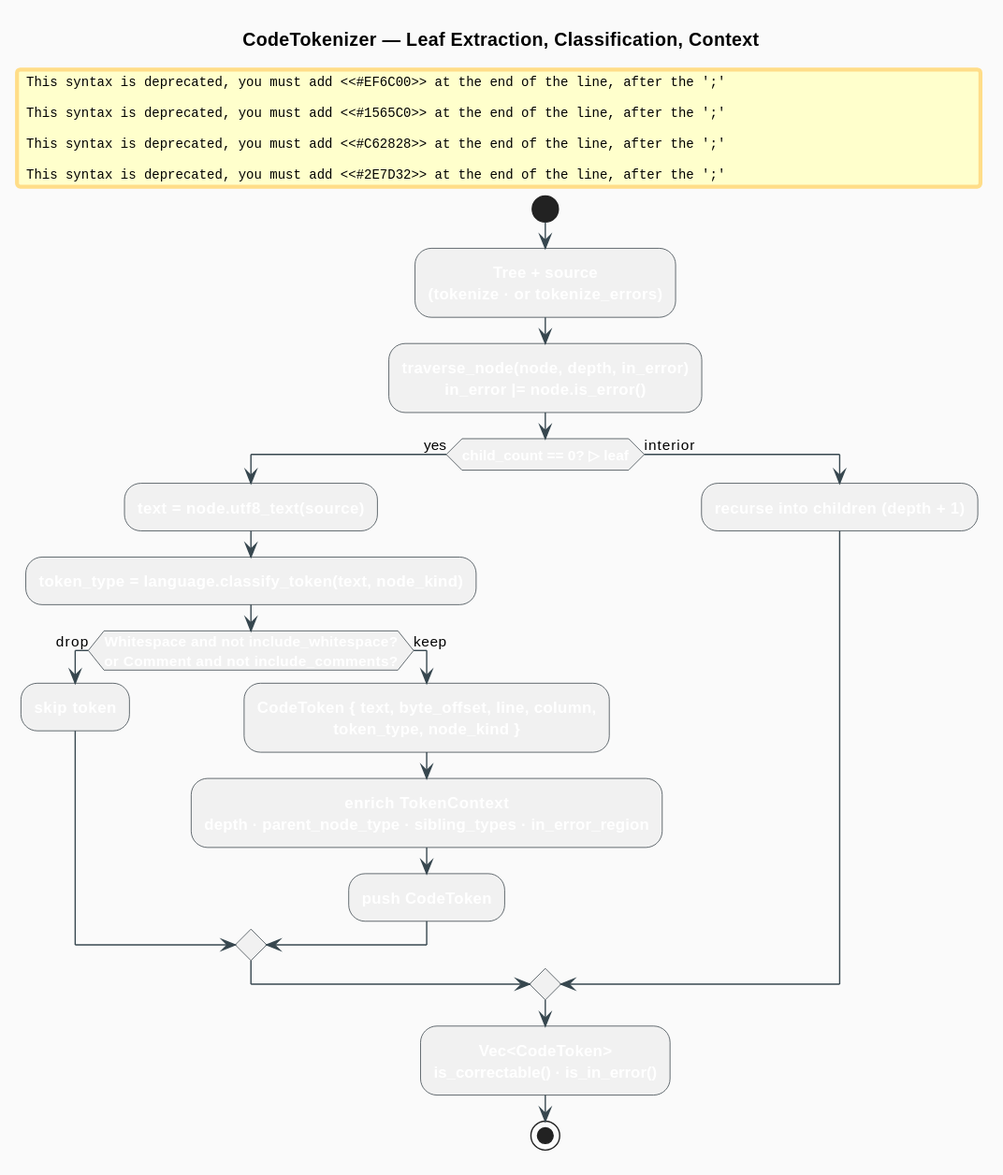
Above: docs/diagrams/code-tokenizer.svg in vinary-tree/libgrammstein (PlantUML), before the change. Its diagram source:
```plantuml
@startuml
skinparam backgroundColor #FAFAFA
skinparam shadowing false
skinparam defaultTextAlignment center
skinparam linetype ortho
skinparam ArrowColor #37474F
skinparam activity {
  FontColor white
  FontStyle bold
  BorderColor #263238
}
title CodeTokenizer — Leaf Extraction, Classification, Context

start
:Tree + source
(tokenize · or tokenize_errors);
#EF6C00:traverse_node(node, depth, in_error)
in_error |= node.is_error();
if (child_count == 0? ▷ leaf) then (yes)
  #EF6C00:text = node.utf8_text(source);
  #1565C0:token_type = language.classify_token(text, node_kind);
  if (Whitespace and not include_whitespace?
or Comment and not include_comments?) then (drop)
    #C62828:skip token;
  else (keep)
    #EF6C00:CodeToken { text, byte_offset, line, column,
token_type, node_kind };
    #2E7D32:enrich TokenContext
depth · parent_node_type · sibling_types · in_error_region;
    :push CodeToken;
  endif
else (interior)
  #EF6C00:recurse into children (depth + 1);
endif
:**Vec<CodeToken>**
is_correctable() · is_in_error();
stop
@enduml
```
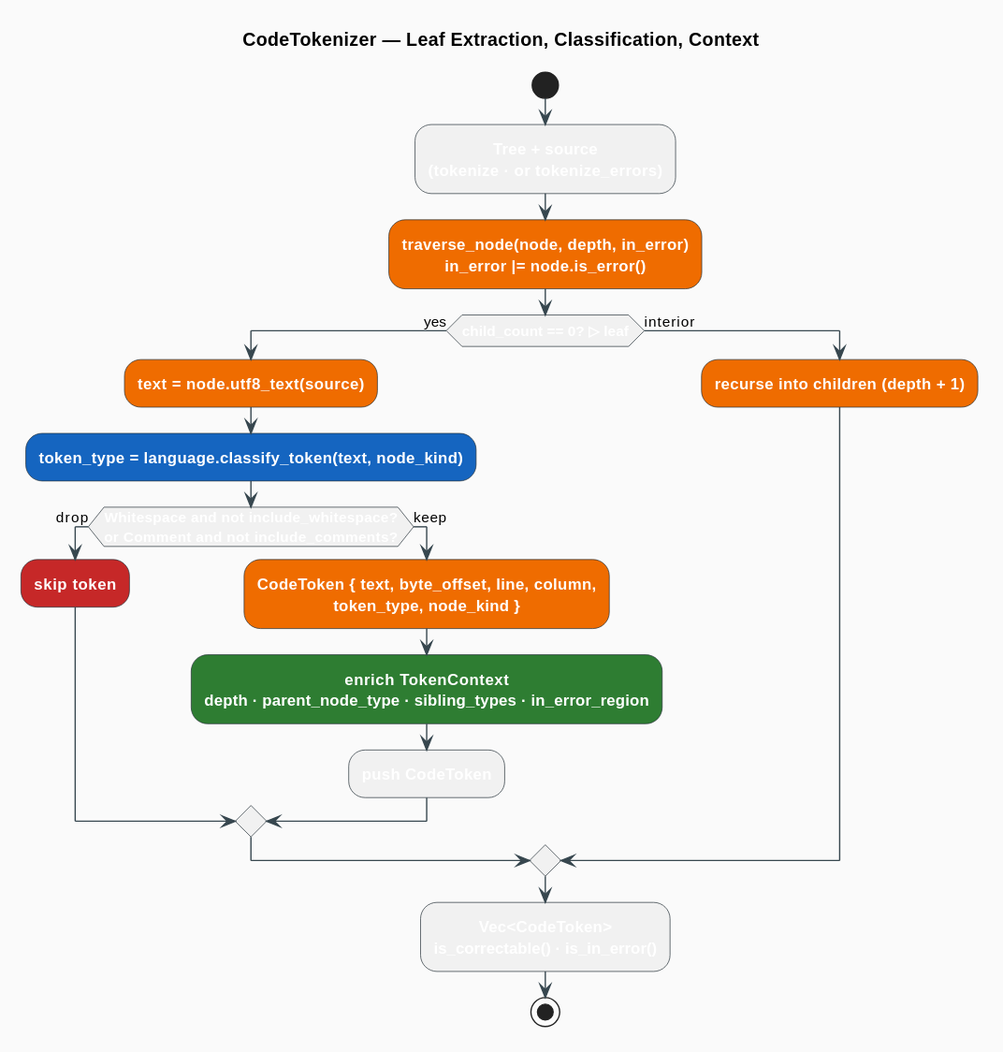
After the commit.

Diff of the diagram source:
```diff
@@ -14,23 +14,23 @@
 start
 :Tree + source
 (tokenize · or tokenize_errors);
-#EF6C00:traverse_node(node, depth, in_error)
-in_error |= node.is_error();
+:traverse_node(node, depth, in_error)
+in_error |= node.is_error(); <<#EF6C00>>
 if (child_count == 0? ▷ leaf) then (yes)
-  #EF6C00:text = node.utf8_text(source);
-  #1565C0:token_type = language.classify_token(text, node_kind);
+  :text = node.utf8_text(source); <<#EF6C00>>
+  :token_type = language.classify_token(text, node_kind); <<#1565C0>>
   if (Whitespace and not include_whitespace?
 or Comment and not include_comments?) then (drop)
-    #C62828:skip token;
+    :skip token; <<#C62828>>
   else (keep)
-    #EF6C00:CodeToken { text, byte_offset, line, column,
-token_type, node_kind };
-    #2E7D32:enrich TokenContext
-depth · parent_node_type · sibling_types · in_error_region;
+    :CodeToken { text, byte_offset, line, column,
+token_type, node_kind }; <<#EF6C00>>
+    :enrich TokenContext
+depth · parent_node_type · sibling_types · in_error_region; <<#2E7D32>>
     :push CodeToken;
   endif
 else (interior)
-  #EF6C00:recurse into children (depth + 1);
+  :recurse into children (depth + 1); <<#EF6C00>>
 endif
 :**Vec<CodeToken>**
 is_correctable() · is_in_error();
```
